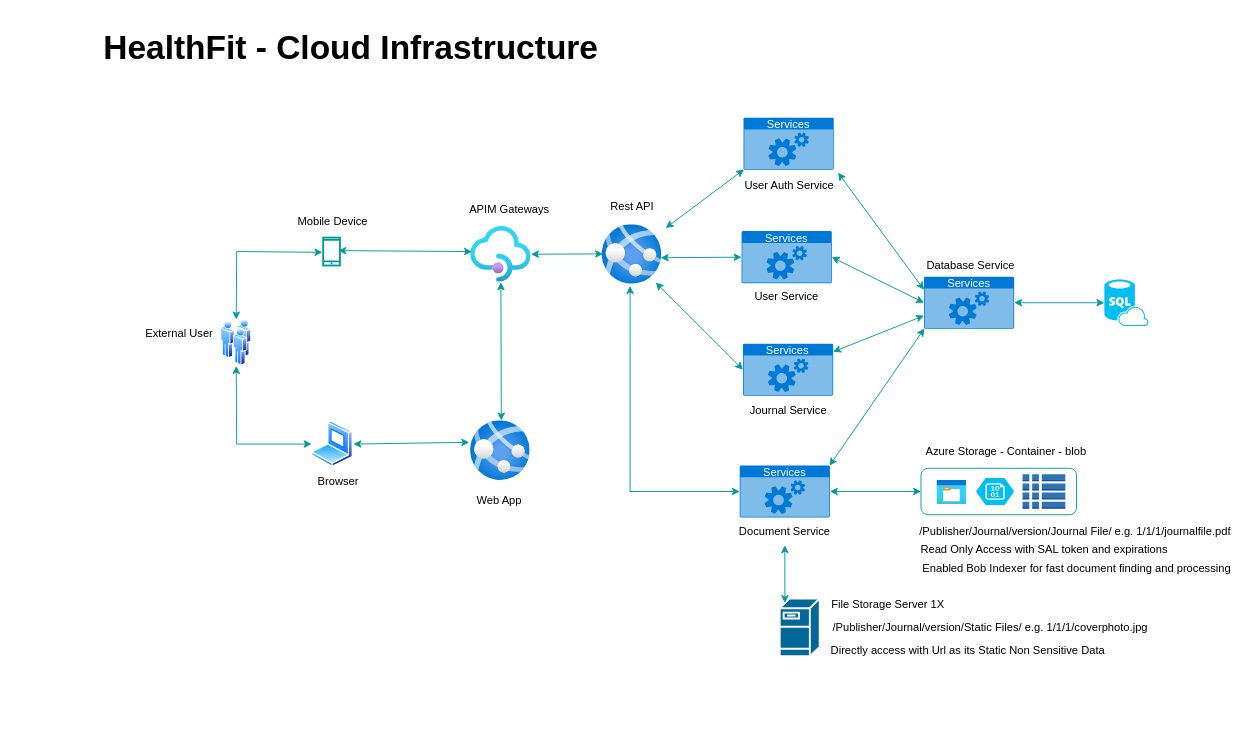
Earlier version of the draw.io diagram Requirement Documents/HealthFit - Cloud Architecture Diagram.drawio (vishalbajad/HealthFit). Source tidied: cells renumbered, new cells numbered last; positions are measured from the earlier drawing's top-left corner, leaving out a move shared by most shapes. Both pictures are drawn from the tidied source at 93%, with x=0, y=0 at pixel (16, 16).
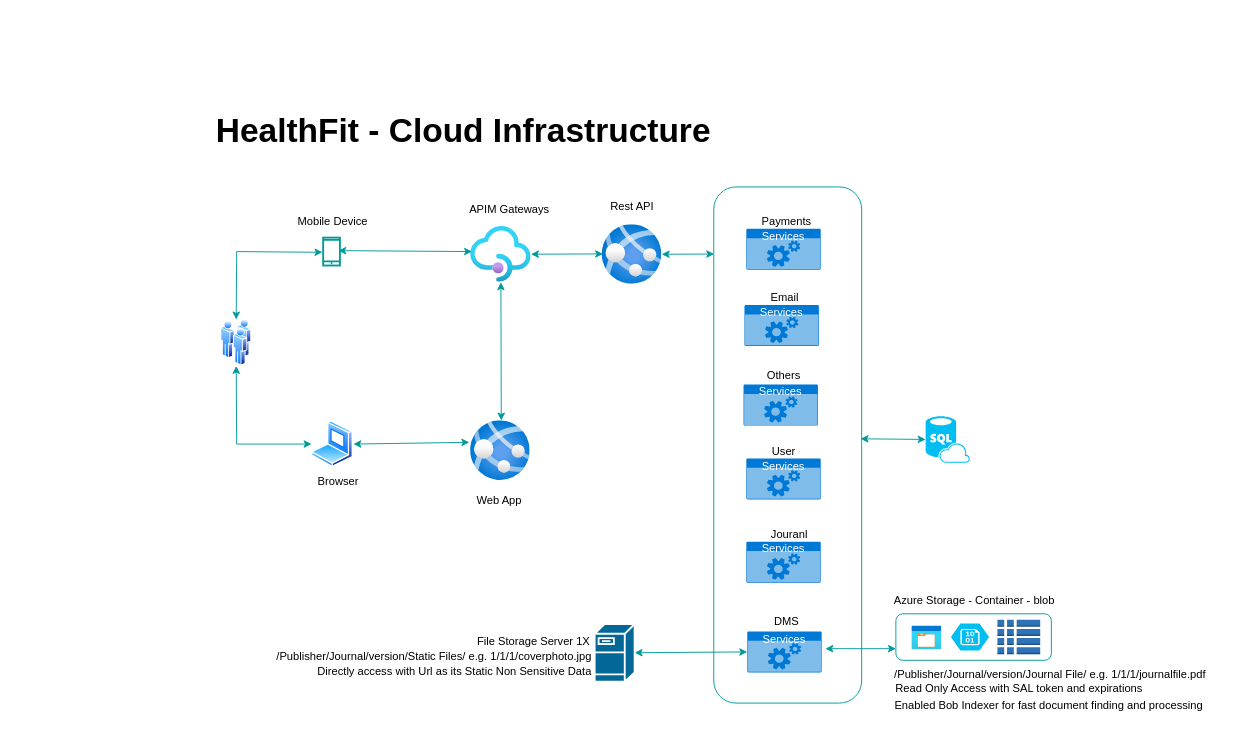
Above is the later version.

The change refers to these unchanged cells:
```xml
<mxCell id="5" style="image;html=1;points=[];align=center;fontSize=12;image=img/lib/azure2/compute/App_Services.svg;" parent="1" vertex="1">
  <mxGeometry x="630" y="224" width="64" height="64" as="geometry" />
</mxCell>
<mxCell id="46" style="rounded=1;whiteSpace=wrap;html=1;strokeColor=#009999;" parent="45" vertex="1">
  <mxGeometry width="167.2" height="50" as="geometry" />
</mxCell>
```

The edit, as a diff of the source:
```diff
@@
-    <mxCell id="7" value="File Storage Server 1X" style="text;html=1;align=center;verticalAlign=middle;strokeColor=#;fillColor=none;" parent="1" vertex="1">
-      <mxGeometry x="867.4" y="618" width="140" height="30" as="geometry" />
-    </mxCell>
-    <mxCell id="8" value="Directly access with Url as its Static Non Sensitive Data" style="text;html=1;align=center;verticalAlign=middle;strokeColor=#;fillColor=none;" parent="1" vertex="1">
-      <mxGeometry x="863.4" y="666.5" width="320" height="30" as="geometry" />
-    </mxCell>
-    <mxCell id="9" style="shape=mxgraph.cisco.servers.fileserver;html=1;dashed=0;fillColor=#036897;strokeColor=#ffffff;strokeWidth=2;verticalLabelPosition=bottom;verticalAlign=top;align=center;outlineConnect=0;" parent="1" vertex="1">
-      <mxGeometry x="820.9" y="626" width="43" height="62" as="geometry" />
-    </mxCell>
-    <mxCell id="10" value="/Publisher/Journal/version/Static Files/ e.g. 1/1/1/coverphoto.jpg" style="text;html=1;align=center;verticalAlign=middle;strokeColor=#;fillColor=none;" parent="1" vertex="1">
-      <mxGeometry x="867.4" y="642" width="360" height="30" as="geometry" />
-    </mxCell>
-    <mxCell id="11" value="/Publisher/Journal/version/Journal File/ e.g. 1/1/1/journalfile.pdf&amp;nbsp;" style="text;html=1;align=center;verticalAlign=middle;strokeColor=#;fillColor=none;" parent="1" vertex="1">
-      <mxGeometry x="960" y="538.8" width="360" height="30" as="geometry" />
-    </mxCell>
-    <mxCell id="12" value="Read Only Access with SAL token and expirations" style="text;html=1;align=center;verticalAlign=middle;strokeColor=#;fillColor=none;" parent="1" vertex="1">
-      <mxGeometry x="960" y="558.8" width="290" height="30" as="geometry" />
-    </mxCell>
-    <mxCell id="13" value="Enabled Bob Indexer for fast document finding and processing" style="text;html=1;align=center;verticalAlign=middle;strokeColor=#;fillColor=none;" parent="1" vertex="1">
-      <mxGeometry x="960" y="578.8" width="360" height="30" as="geometry" />
-    </mxCell>
@@
-    <mxCell id="16" value="Services" style="html=1;whiteSpace=wrap;strokeColor=none;fillColor=#0079D6;labelPosition=center;verticalLabelPosition=middle;verticalAlign=top;align=center;fontSize=12;outlineConnect=0;spacingTop=-6;fontColor=#FFFFFF;sketch=0;shape=mxgraph.sitemap.services;" parent="1" vertex="1">
-      <mxGeometry x="781.4" y="352" width="97" height="56" as="geometry" />
-    </mxCell>
-    <mxCell id="17" value="Azure Storage - Container - blob" style="text;html=1;align=center;verticalAlign=middle;strokeColor=#;fillColor=none;" parent="1" vertex="1">
-      <mxGeometry x="964" y="453" width="200" height="30" as="geometry" />
-    </mxCell>
-    <mxCell id="18" value="Services" style="html=1;whiteSpace=wrap;strokeColor=none;fillColor=#0079D6;labelPosition=center;verticalLabelPosition=middle;verticalAlign=top;align=center;fontSize=12;outlineConnect=0;spacingTop=-6;fontColor=#FFFFFF;sketch=0;shape=mxgraph.sitemap.services;" parent="1" vertex="1">
-      <mxGeometry x="976" y="280" width="97" height="56" as="geometry" />
-    </mxCell>
-    <mxCell id="19" value="Database Service" style="text;html=1;align=center;verticalAlign=middle;strokeColor=#;fillColor=none;" parent="1" vertex="1">
-      <mxGeometry x="966.2" y="253" width="120" height="30" as="geometry" />
-    </mxCell>
-    <mxCell id="20" value="Services" style="html=1;whiteSpace=wrap;strokeColor=none;fillColor=#0079D6;labelPosition=center;verticalLabelPosition=middle;verticalAlign=top;align=center;fontSize=12;outlineConnect=0;spacingTop=-6;fontColor=#FFFFFF;sketch=0;shape=mxgraph.sitemap.services;" parent="1" vertex="1">
-      <mxGeometry x="779.9" y="231" width="97" height="56" as="geometry" />
-    </mxCell>
-    <mxCell id="21" value="User Service" style="text;html=1;align=center;verticalAlign=middle;strokeColor=#;fillColor=none;" parent="1" vertex="1">
-      <mxGeometry x="783.4" y="287" width="90" height="30" as="geometry" />
-    </mxCell>
-    <mxCell id="22" value="Services" style="html=1;whiteSpace=wrap;strokeColor=none;fillColor=#0079D6;labelPosition=center;verticalLabelPosition=middle;verticalAlign=top;align=center;fontSize=12;outlineConnect=0;spacingTop=-6;fontColor=#FFFFFF;sketch=0;shape=mxgraph.sitemap.services;" parent="1" vertex="1">
-      <mxGeometry x="782" y="109" width="97" height="56" as="geometry" />
-    </mxCell>
-    <mxCell id="23" value="User Auth Service" style="text;html=1;align=center;verticalAlign=middle;points=[];strokeColor=#;fillColor=none;" parent="1" vertex="1">
-      <mxGeometry x="770.5" y="167" width="120" height="30" as="geometry" />
-    </mxCell>
     <mxCell id="24" style="verticalLabelPosition=bottom;html=1;verticalAlign=top;align=center;strokeColor=none;fillColor=#00BEF2;shape=mxgraph.azure.sql_database_sql_azure;" parent="1" vertex="1">
-      <mxGeometry x="1170" y="283" width="47.5" height="50" as="geometry" />
+      <mxGeometry x="977.8" y="430" width="47.5" height="50" as="geometry" />
     </mxCell>
     <mxCell id="25" value="&lt;font style=&quot;font-size: 36px;&quot;&gt;HealthFit - Cloud Infrastructure&lt;/font&gt;" style="text;html=1;strokeColor=none;fillColor=none;align=center;verticalAlign=middle;whiteSpace=wrap;rounded=0;fontStyle=1;" parent="1" vertex="1">
-      <mxGeometry width="720" height="65" as="geometry" />
+      <mxGeometry x="200" y="90" width="561.6" height="65" as="geometry" />
     </mxCell>
-    <mxCell id="26" value="Services" style="html=1;whiteSpace=wrap;strokeColor=none;fillColor=#0079D6;labelPosition=center;verticalLabelPosition=middle;verticalAlign=top;align=center;fontSize=12;outlineConnect=0;spacingTop=-6;fontColor=#FFFFFF;sketch=0;shape=mxgraph.sitemap.services;" parent="1" vertex="1">
-      <mxGeometry x="777.9" y="483" width="97" height="56" as="geometry" />
-    </mxCell>
-    <mxCell id="27" value="Journal Service" style="text;html=1;align=center;verticalAlign=middle;strokeColor=#;fillColor=none;" parent="1" vertex="1">
-      <mxGeometry x="774.9" y="409" width="110" height="30" as="geometry" />
-    </mxCell>
-    <mxCell id="28" value="Document Service" style="text;html=1;align=center;verticalAlign=middle;points=[];strokeColor=#;fillColor=none;" parent="1" vertex="1">
-      <mxGeometry x="766.4" y="538.8" width="120" height="30" as="geometry" />
-    </mxCell>
@@
-    <mxCell id="34" style="endArrow=classic;startArrow=classic;html=1;rounded=0;fillColor=#3399FF;strokeColor=#009999;exitX=0.469;exitY=1.031;exitDx=0;exitDy=0;exitPerimeter=0;entryX=0;entryY=0.5;entryDx=0;entryDy=0;entryPerimeter=0;" parent="1" edge="1" source="5" target="26">
-      <mxGeometry relative="1" as="geometry">
-        <Array as="points">
-          <mxPoint x="660" y="511" />
-        </Array>
-      </mxGeometry>
-    </mxCell>
-    <mxCell id="35" style="endArrow=classic;startArrow=classic;html=1;rounded=0;fillColor=#3399FF;strokeColor=#009999;exitX=0;exitY=0.5;exitDx=0;exitDy=0;exitPerimeter=0;entryX=0.901;entryY=0.974;entryDx=0;entryDy=0;entryPerimeter=0;" parent="1" edge="1" source="16" target="5">
-      <mxGeometry relative="1" as="geometry" />
-    </mxCell>
-    <mxCell id="36" style="endArrow=classic;startArrow=classic;html=1;rounded=0;fillColor=#3399FF;strokeColor=#009999;exitX=0;exitY=0.5;exitDx=0;exitDy=0;exitPerimeter=0;entryX=0.984;entryY=0.557;entryDx=0;entryDy=0;entryPerimeter=0;" parent="1" edge="1" source="20" target="5">
-      <mxGeometry relative="1" as="geometry" />
-    </mxCell>
-    <mxCell id="37" style="endArrow=classic;startArrow=classic;html=1;rounded=0;fillColor=#3399FF;strokeColor=#009999;exitX=1.068;exitY=0.057;exitDx=0;exitDy=0;exitPerimeter=0;entryX=0.005;entryY=0.995;entryDx=0;entryDy=0;entryPerimeter=0;" parent="1" edge="1" source="5" target="22">
-      <mxGeometry relative="1" as="geometry" />
-    </mxCell>
-    <mxCell id="38" style="endArrow=classic;startArrow=classic;html=1;rounded=0;fillColor=#3399FF;strokeColor=#009999;entryX=0.13;entryY=0.08;entryDx=0;entryDy=0;entryPerimeter=0;" parent="1" edge="1" source="28" target="9">
-      <mxGeometry relative="1" as="geometry" />
-    </mxCell>
-    <mxCell id="39" style="endArrow=classic;startArrow=classic;html=1;rounded=0;fillColor=#3399FF;strokeColor=#009999;exitX=0;exitY=0.5;exitDx=0;exitDy=0;entryX=1;entryY=0.5;entryDx=0;entryDy=0;entryPerimeter=0;" parent="1" edge="1" source="46" target="26">
-      <mxGeometry relative="1" as="geometry" />
-    </mxCell>
-    <mxCell id="40" style="endArrow=classic;startArrow=classic;html=1;rounded=0;fillColor=#3399FF;strokeColor=#009999;exitX=0;exitY=0.25;exitDx=0;exitDy=0;exitPerimeter=0;entryX=0.943;entryY=0.04;entryDx=0;entryDy=0;entryPerimeter=0;" parent="1" edge="1" source="18" target="23">
-      <mxGeometry relative="1" as="geometry" />
-    </mxCell>
-    <mxCell id="41" style="endArrow=classic;startArrow=classic;html=1;rounded=0;fillColor=#3399FF;strokeColor=#009999;exitX=0;exitY=0.5;exitDx=0;exitDy=0;exitPerimeter=0;entryX=1;entryY=0.5;entryDx=0;entryDy=0;entryPerimeter=0;" parent="1" edge="1" source="18" target="20">
-      <mxGeometry relative="1" as="geometry" />
-    </mxCell>
-    <mxCell id="42" style="endArrow=classic;startArrow=classic;html=1;rounded=0;fillColor=#3399FF;strokeColor=#009999;exitX=0;exitY=0.75;exitDx=0;exitDy=0;exitPerimeter=0;" parent="1" edge="1" source="18" target="16">
-      <mxGeometry relative="1" as="geometry" />
-    </mxCell>
-    <mxCell id="43" style="endArrow=classic;startArrow=classic;html=1;rounded=0;fillColor=#3399FF;strokeColor=#009999;exitX=0.005;exitY=0.995;exitDx=0;exitDy=0;exitPerimeter=0;entryX=0.995;entryY=0.005;entryDx=0;entryDy=0;entryPerimeter=0;" parent="1" edge="1" source="18" target="26">
-      <mxGeometry relative="1" as="geometry" />
-    </mxCell>
-    <mxCell id="44" style="endArrow=classic;startArrow=classic;html=1;rounded=0;fillColor=#3399FF;strokeColor=#009999;exitX=0;exitY=0.5;exitDx=0;exitDy=0;exitPerimeter=0;entryX=1;entryY=0.5;entryDx=0;entryDy=0;entryPerimeter=0;" parent="1" edge="1" source="24" target="18">
-      <mxGeometry relative="1" as="geometry" />
-    </mxCell>
+    <mxCell id="51" value="Mobile Device" style="text;html=1;align=center;verticalAlign=middle;strokeColor=#;fillColor=none;" parent="1" vertex="1">
+      <mxGeometry x="290" y="206" width="100" height="30" as="geometry" />
+    </mxCell>
+    <mxCell id="52" value="Browser" style="text;html=1;align=center;verticalAlign=middle;strokeColor=#;fillColor=none;" parent="1" vertex="1">
+      <mxGeometry x="311" y="486" width="70" height="30" as="geometry" />
+    </mxCell>
+    <mxCell id="53" value="APIM Gateways" style="text;html=1;align=center;verticalAlign=middle;strokeColor=#;fillColor=none;" parent="1" vertex="1">
+      <mxGeometry x="475" y="193" width="110" height="30" as="geometry" />
+    </mxCell>
+    <mxCell id="54" value="Web App" style="text;html=1;align=center;verticalAlign=middle;strokeColor=#;fillColor=none;" parent="1" vertex="1">
+      <mxGeometry x="483.5" y="506" width="70" height="30" as="geometry" />
+    </mxCell>
+    <mxCell id="55" value="Rest API" style="text;html=1;align=center;verticalAlign=middle;strokeColor=#;fillColor=none;" parent="1" vertex="1">
+      <mxGeometry x="627" y="190" width="70" height="30" as="geometry" />
+    </mxCell>
+    <mxCell id="56" style="group;" parent="1" vertex="1">
+      <mxGeometry x="750" y="183.5" width="159" height="555" as="geometry" />
+    </mxCell>
+    <mxCell id="57" style="rounded=1;whiteSpace=wrap;html=1;strokeColor=#009999;" parent="56" vertex="1">
+      <mxGeometry width="159" height="555" as="geometry" />
+    </mxCell>
+    <mxCell id="58" value="Services" style="html=1;whiteSpace=wrap;strokeColor=none;fillColor=#0079D6;labelPosition=center;verticalLabelPosition=middle;verticalAlign=top;align=center;fontSize=12;spacingTop=-6;fontColor=#FFFFFF;sketch=0;shape=mxgraph.sitemap.services;" parent="56" vertex="1">
+      <mxGeometry x="35" y="292" width="80" height="44" as="geometry" />
+    </mxCell>
+    <mxCell id="59" value="Services" style="html=1;whiteSpace=wrap;strokeColor=none;fillColor=#0079D6;labelPosition=center;verticalLabelPosition=middle;verticalAlign=top;align=center;fontSize=12;spacingTop=-6;fontColor=#FFFFFF;sketch=0;shape=mxgraph.sitemap.services;" parent="56" vertex="1">
+      <mxGeometry x="35" y="381.5" width="80" height="44" as="geometry" />
+    </mxCell>
+    <mxCell id="60" value="Services" style="html=1;whiteSpace=wrap;strokeColor=none;fillColor=#0079D6;labelPosition=center;verticalLabelPosition=middle;verticalAlign=top;align=center;fontSize=12;outlineConnect=0;spacingTop=-6;fontColor=#FFFFFF;sketch=0;shape=mxgraph.sitemap.services;" parent="56" vertex="1">
+      <mxGeometry x="36" y="478" width="80" height="44" as="geometry" />
+    </mxCell>
+    <mxCell id="61" value="User" style="text;html=1;align=center;verticalAlign=middle;strokeColor=#;fillColor=none;" parent="56" vertex="1">
+      <mxGeometry x="50" y="269" width="50" height="30" as="geometry" />
+    </mxCell>
+    <mxCell id="62" value="Jouranl" style="text;html=1;align=center;verticalAlign=middle;strokeColor=#;fillColor=none;" parent="56" vertex="1">
+      <mxGeometry x="51" y="358.5" width="60" height="30" as="geometry" />
+    </mxCell>
+    <mxCell id="63" value="DMS" style="text;html=1;align=center;verticalAlign=middle;strokeColor=#;fillColor=none;" parent="56" vertex="1">
+      <mxGeometry x="53" y="452" width="50" height="30" as="geometry" />
+    </mxCell>
+    <mxCell id="64" value="Services" style="html=1;whiteSpace=wrap;strokeColor=none;fillColor=#0079D6;labelPosition=center;verticalLabelPosition=middle;verticalAlign=top;align=center;fontSize=12;spacingTop=-6;fontColor=#FFFFFF;sketch=0;shape=mxgraph.sitemap.services;" parent="56" vertex="1">
+      <mxGeometry x="32" y="212.5" width="80" height="44" as="geometry" />
+    </mxCell>
+    <mxCell id="65" value="Others" style="text;html=1;align=center;verticalAlign=middle;strokeColor=#;fillColor=none;" parent="56" vertex="1">
+      <mxGeometry x="45" y="187.5" width="60" height="30" as="geometry" />
+    </mxCell>
+    <mxCell id="66" value="Services" style="html=1;whiteSpace=wrap;strokeColor=none;fillColor=#0079D6;labelPosition=center;verticalLabelPosition=middle;verticalAlign=top;align=center;fontSize=12;spacingTop=-6;fontColor=#FFFFFF;sketch=0;shape=mxgraph.sitemap.services;" parent="56" vertex="1">
+      <mxGeometry x="33" y="127" width="80" height="44" as="geometry" />
+    </mxCell>
+    <mxCell id="67" value="Email" style="text;html=1;align=center;verticalAlign=middle;strokeColor=#;fillColor=none;" parent="56" vertex="1">
+      <mxGeometry x="51" y="104" width="50" height="30" as="geometry" />
+    </mxCell>
+    <mxCell id="68" value="Services" style="html=1;whiteSpace=wrap;strokeColor=none;fillColor=#0079D6;labelPosition=center;verticalLabelPosition=middle;verticalAlign=top;align=center;fontSize=12;spacingTop=-6;fontColor=#FFFFFF;sketch=0;shape=mxgraph.sitemap.services;" parent="56" vertex="1">
+      <mxGeometry x="35" y="45" width="80" height="44" as="geometry" />
+    </mxCell>
+    <mxCell id="69" value="Payments" style="text;html=1;align=center;verticalAlign=middle;strokeColor=#;fillColor=none;" parent="56" vertex="1">
+      <mxGeometry x="38" y="22" width="80" height="30" as="geometry" />
+    </mxCell>
+    <mxCell id="70" style="endArrow=classic;startArrow=classic;html=1;rounded=0;fillColor=#3399FF;strokeColor=#009999;exitX=0.003;exitY=0.13;exitDx=0;exitDy=0;exitPerimeter=0;" parent="1" edge="1" source="57" target="5">
+      <mxGeometry relative="1" as="geometry" />
+    </mxCell>
+    <mxCell id="71" style="endArrow=classic;startArrow=classic;html=1;rounded=0;fillColor=#3399FF;strokeColor=#009999;exitX=0;exitY=0.5;exitDx=0;exitDy=0;exitPerimeter=0;entryX=0.993;entryY=0.488;entryDx=0;entryDy=0;entryPerimeter=0;" parent="1" edge="1" source="24" target="57">
+      <mxGeometry relative="1" as="geometry" />
+    </mxCell>
+    <mxCell id="72" style="endArrow=classic;startArrow=classic;html=1;rounded=0;fillColor=#3399FF;strokeColor=#009999;exitX=0;exitY=0.5;exitDx=0;exitDy=0;exitPerimeter=0;" parent="1" edge="1" source="60" target="9">
+      <mxGeometry relative="1" as="geometry" />
+    </mxCell>
+    <mxCell id="73" style="group;" parent="1" vertex="1">
+      <mxGeometry x="930" y="612.5" width="362.8" height="143" as="geometry" />
+    </mxCell>
+    <mxCell id="13" value="Enabled Bob Indexer for fast document finding and processing" style="text;html=1;align=center;verticalAlign=middle;strokeColor=#;fillColor=none;" parent="73" vertex="1">
+      <mxGeometry y="113" width="360" height="30" as="geometry" />
+    </mxCell>
+    <mxCell id="11" value="/Publisher/Journal/version/Journal File/ e.g. 1/1/1/journalfile.pdf&amp;nbsp;" style="text;html=1;align=center;verticalAlign=middle;strokeColor=#;fillColor=none;" parent="73" vertex="1">
+      <mxGeometry x="2.8" y="80" width="360" height="30" as="geometry" />
+    </mxCell>
+    <mxCell id="12" value="Read Only Access with SAL token and expirations" style="text;html=1;align=center;verticalAlign=middle;strokeColor=#;fillColor=none;" parent="73" vertex="1">
+      <mxGeometry x="2.8" y="95.8" width="290" height="30" as="geometry" />
+    </mxCell>
+    <mxCell id="17" value="Azure Storage - Container - blob" style="text;html=1;align=center;verticalAlign=middle;strokeColor=#;fillColor=none;" parent="73" vertex="1">
+      <mxGeometry width="200" height="30" as="geometry" />
+    </mxCell>
-    <mxCell id="45" style="group;" parent="1" vertex="1">
-      <mxGeometry x="972.8" y="486" width="167.2" height="50" as="geometry" />
+    <mxCell id="45" style="group;" parent="73" vertex="1">
+      <mxGeometry x="15.8" y="30" width="167.2" height="50" as="geometry" />
     </mxCell>
@@
-    <mxCell id="50" value="External User" style="text;html=1;align=center;verticalAlign=middle;strokeColor=#;fillColor=none;" parent="1" vertex="1">
-      <mxGeometry x="125" y="326" width="100" height="30" as="geometry" />
-    </mxCell>
-    <mxCell id="51" value="Mobile Device" style="text;html=1;align=center;verticalAlign=middle;strokeColor=#;fillColor=none;" parent="1" vertex="1">
-      <mxGeometry x="290" y="206" width="100" height="30" as="geometry" />
-    </mxCell>
-    <mxCell id="52" value="Browser" style="text;html=1;align=center;verticalAlign=middle;strokeColor=#;fillColor=none;" parent="1" vertex="1">
-      <mxGeometry x="311" y="486" width="70" height="30" as="geometry" />
-    </mxCell>
-    <mxCell id="53" value="APIM Gateways" style="text;html=1;align=center;verticalAlign=middle;strokeColor=#;fillColor=none;" parent="1" vertex="1">
-      <mxGeometry x="475" y="193" width="110" height="30" as="geometry" />
-    </mxCell>
-    <mxCell id="54" value="Web App" style="text;html=1;align=center;verticalAlign=middle;strokeColor=#;fillColor=none;" parent="1" vertex="1">
-      <mxGeometry x="483.5" y="506" width="70" height="30" as="geometry" />
-    </mxCell>
-    <mxCell id="55" value="Rest API" style="text;html=1;align=center;verticalAlign=middle;strokeColor=#;fillColor=none;" parent="1" vertex="1">
-      <mxGeometry x="627" y="190" width="70" height="30" as="geometry" />
-    </mxCell>
+    <mxCell id="74" style="endArrow=classic;startArrow=classic;html=1;rounded=0;fillColor=#3399FF;strokeColor=#009999;entryX=0;entryY=0.75;entryDx=0;entryDy=0;" parent="1" edge="1" target="46">
+      <mxGeometry relative="1" as="geometry">
+        <mxPoint x="870" y="680" as="sourcePoint" />
+      </mxGeometry>
+    </mxCell>
+    <mxCell id="75" style="group;" parent="1" vertex="1">
+      <mxGeometry x="269" y="653.5" width="395.9" height="66.5" as="geometry" />
+    </mxCell>
+    <mxCell id="7" value="File Storage Server 1X" style="text;html=1;align=center;verticalAlign=middle;strokeColor=#;fillColor=none;" parent="75" vertex="1">
+      <mxGeometry x="217" y="4.5" width="140" height="30" as="geometry" />
+    </mxCell>
+    <mxCell id="8" value="Directly access with Url as its Static Non Sensitive Data" style="text;html=1;align=center;verticalAlign=middle;strokeColor=#;fillColor=none;" parent="75" vertex="1">
+      <mxGeometry x="42" y="36.5" width="320" height="30" as="geometry" />
+    </mxCell>
+    <mxCell id="9" style="shape=mxgraph.cisco.servers.fileserver;html=1;dashed=0;fillColor=#036897;strokeColor=#ffffff;strokeWidth=2;verticalLabelPosition=bottom;verticalAlign=top;align=center;outlineConnect=0;" parent="75" vertex="1">
+      <mxGeometry x="352.9" width="43" height="62" as="geometry" />
+    </mxCell>
+    <mxCell id="10" value="/Publisher/Journal/version/Static Files/ e.g. 1/1/1/coverphoto.jpg" style="text;html=1;align=center;verticalAlign=middle;strokeColor=#;fillColor=none;" parent="75" vertex="1">
+      <mxGeometry y="20.5" width="360" height="30" as="geometry" />
+    </mxCell>
```
